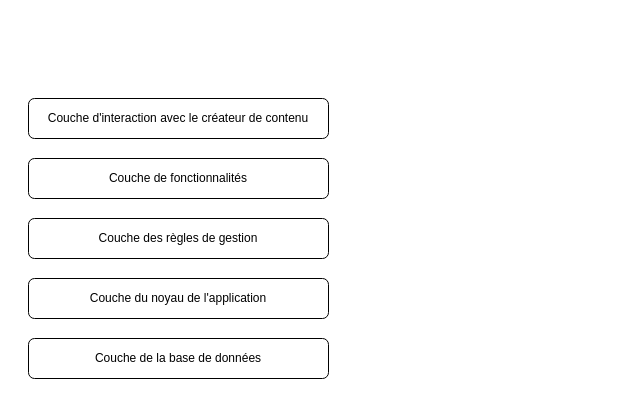
Before: GibberiashTargetApplicativeArchitecture.drawio in cjour/audit_logistics, a draw.io diagram. Source tidied: cells renumbered, new cells numbered last; positions are measured from the earlier drawing's top-left corner, leaving out a move shared by most shapes. Both pictures are drawn from the tidied source at 100%, with x=0, y=0 at pixel (28, 98).
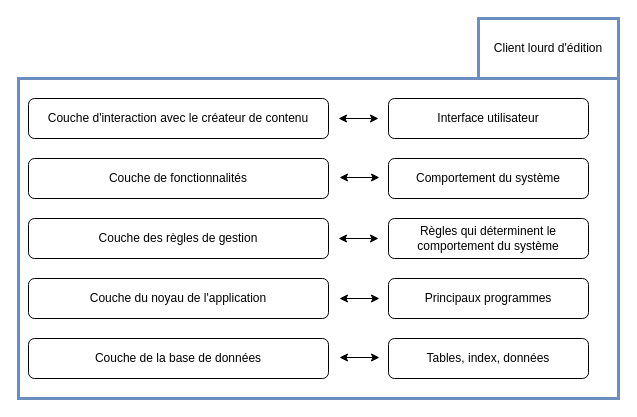
The same page after the edit.

Commit message (it also covers changes not shown here):
Mettre à jour GibberiashTargetApplicativeArchitecture.drawio

Diff of the diagram source:
```diff
@@
+    <mxCell id="7" value="Interface utilisateur" style="rounded=1;whiteSpace=wrap;html=1;" parent="1" vertex="1">
+      <mxGeometry x="360" width="200" height="40" as="geometry" />
+    </mxCell>
+    <mxCell id="8" value="Comportement du système" style="rounded=1;whiteSpace=wrap;html=1;" parent="1" vertex="1">
+      <mxGeometry x="360" y="60" width="200" height="40" as="geometry" />
+    </mxCell>
+    <mxCell id="9" value="Règles qui déterminent le comportement du système" style="rounded=1;whiteSpace=wrap;html=1;" parent="1" vertex="1">
+      <mxGeometry x="360" y="120" width="200" height="40" as="geometry" />
+    </mxCell>
+    <mxCell id="10" value="Principaux programmes" style="rounded=1;whiteSpace=wrap;html=1;" parent="1" vertex="1">
+      <mxGeometry x="360" y="180" width="200" height="40" as="geometry" />
+    </mxCell>
+    <mxCell id="11" value="Tables, index, données" style="rounded=1;whiteSpace=wrap;html=1;" parent="1" vertex="1">
+      <mxGeometry x="360" y="240" width="200" height="40" as="geometry" />
+    </mxCell>
+    <mxCell id="12" style="endArrow=classic;startArrow=classic;html=1;rounded=0;" parent="1" edge="1">
+      <mxGeometry relative="1" as="geometry">
+        <mxPoint x="310" y="20" as="sourcePoint" />
+        <mxPoint x="350" y="20" as="targetPoint" />
+      </mxGeometry>
+    </mxCell>
+    <mxCell id="13" style="endArrow=classic;startArrow=classic;html=1;rounded=0;" parent="1" edge="1">
+      <mxGeometry relative="1" as="geometry">
+        <mxPoint x="311" y="79" as="sourcePoint" />
+        <mxPoint x="351" y="79" as="targetPoint" />
+      </mxGeometry>
+    </mxCell>
+    <mxCell id="14" style="endArrow=classic;startArrow=classic;html=1;rounded=0;" parent="1" edge="1">
+      <mxGeometry relative="1" as="geometry">
+        <mxPoint x="310" y="140" as="sourcePoint" />
+        <mxPoint x="350" y="140" as="targetPoint" />
+      </mxGeometry>
+    </mxCell>
+    <mxCell id="15" style="endArrow=classic;startArrow=classic;html=1;rounded=0;" parent="1" edge="1">
+      <mxGeometry relative="1" as="geometry">
+        <mxPoint x="311" y="200" as="sourcePoint" />
+        <mxPoint x="351" y="200" as="targetPoint" />
+      </mxGeometry>
+    </mxCell>
+    <mxCell id="16" style="endArrow=classic;startArrow=classic;html=1;rounded=0;" parent="1" edge="1">
+      <mxGeometry relative="1" as="geometry">
+        <mxPoint x="311" y="259" as="sourcePoint" />
+        <mxPoint x="351" y="259" as="targetPoint" />
+      </mxGeometry>
+    </mxCell>
+    <mxCell id="17" style="rounded=0;whiteSpace=wrap;html=1;fillColor=none;strokeColor=#6c8ebf;strokeWidth=3;" parent="1" vertex="1">
+      <mxGeometry x="-10" y="-20" width="600" height="320" as="geometry" />
+    </mxCell>
+    <mxCell id="18" value="Client lourd d'édition" style="rounded=0;whiteSpace=wrap;html=1;strokeWidth=3;fillColor=none;strokeColor=#6c8ebf;" parent="1" vertex="1">
+      <mxGeometry x="450" y="-80" width="140" height="60" as="geometry" />
+    </mxCell>
```
